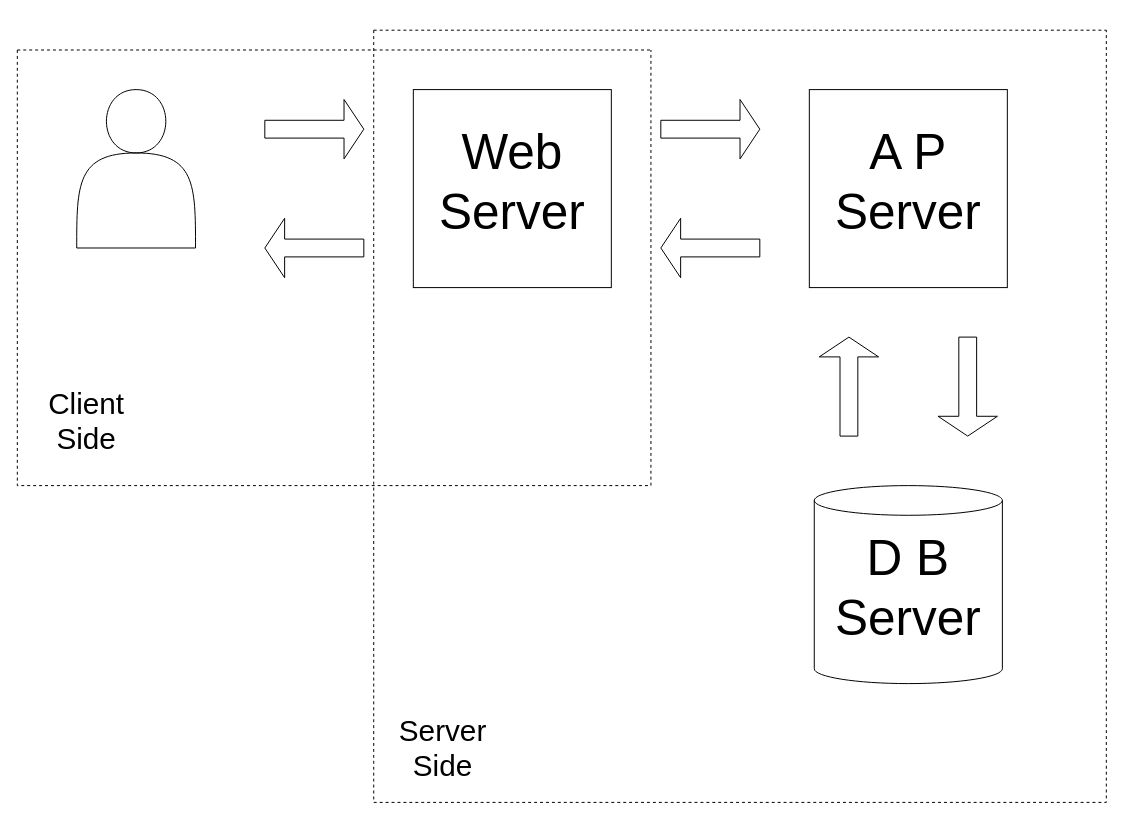
Earlier version of the draw.io diagram web.drawio (kei615ykhm/learning-record). Source tidied: cells renumbered, new cells numbered last; positions are measured from the earlier drawing's top-left corner, leaving out a move shared by most shapes. Both pictures are drawn from the tidied source at 99%, with x=0, y=0 at pixel (17, 30).
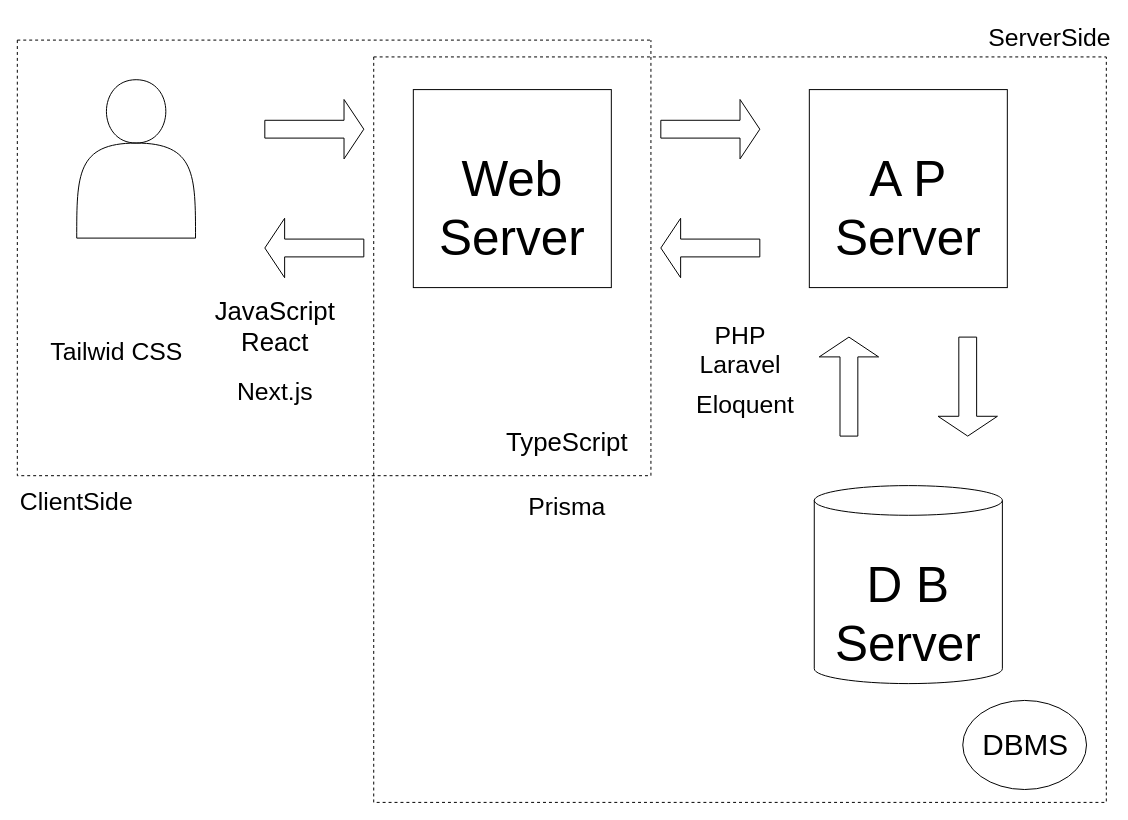
Above is the later version.

Commit message:
技術の相関図を追加

Change to the diagram source:
```diff
@@
     <mxCell id="5" style="swimlane;startSize=0;dashed=1;" parent="1" vertex="1">
-      <mxGeometry y="20" width="640" height="440" as="geometry" />
+      <mxGeometry y="10" width="640" height="440" as="geometry" />
     </mxCell>
@@
-    <mxCell id="7" value="Client Side" style="text;html=1;strokeColor=none;fillColor=none;align=center;verticalAlign=middle;whiteSpace=wrap;rounded=0;fontSize=30;" parent="5" vertex="1">
-      <mxGeometry x="40" y="360" width="60" height="30" as="geometry" />
-    </mxCell>
+    <mxCell id="19" value="&lt;span style=&quot;font-size: 26px;&quot;&gt;JavaScript&lt;/span&gt;&lt;br style=&quot;font-size: 26px;&quot;&gt;&lt;span style=&quot;font-size: 26px;&quot;&gt;React&lt;/span&gt;" style="text;html=1;align=center;verticalAlign=middle;strokeColor=none;fillColor=none;fontSize=25;" parent="5" vertex="1">
+      <mxGeometry x="190" y="250" width="140" height="80" as="geometry" />
+    </mxCell>
+    <mxCell id="20" value="Next.js" style="text;html=1;align=center;verticalAlign=middle;strokeColor=none;fillColor=none;fontSize=25;" parent="5" vertex="1">
+      <mxGeometry x="210" y="334" width="100" height="40" as="geometry" />
+    </mxCell>
+    <mxCell id="21" value="Tailwid CSS" style="text;html=1;align=center;verticalAlign=middle;strokeColor=none;fillColor=none;fontSize=25;" parent="5" vertex="1">
+      <mxGeometry x="20" y="294" width="160" height="40" as="geometry" />
+    </mxCell>
     <mxCell id="8" style="swimlane;startSize=0;dashed=1;" parent="1" vertex="1">
-      <mxGeometry x="360" width="740" height="780" as="geometry" />
+      <mxGeometry x="360" y="27" width="740" height="753" as="geometry" />
     </mxCell>
@@
-    <mxCell id="12" value="Server Side" style="text;html=1;strokeColor=none;fillColor=none;align=center;verticalAlign=middle;whiteSpace=wrap;rounded=0;fontSize=30;" parent="8" vertex="1">
-      <mxGeometry x="40" y="710" width="60" height="30" as="geometry" />
-    </mxCell>
+    <mxCell id="22" style="ellipse;whiteSpace=wrap;html=1;fontSize=30;" parent="8" vertex="1">
+      <mxGeometry x="595" y="650" width="125" height="90" as="geometry" />
+    </mxCell>
+    <mxCell id="23" value="DBMS" style="text;html=1;align=center;verticalAlign=middle;strokeColor=none;fillColor=none;fontSize=30;" parent="8" vertex="1">
+      <mxGeometry x="602.5" y="670" width="110" height="50" as="geometry" />
+    </mxCell>
+    <mxCell id="24" value="TypeScript" style="text;html=1;align=center;verticalAlign=middle;strokeColor=none;fillColor=none;fontSize=26;" parent="8" vertex="1">
+      <mxGeometry x="120" y="370" width="150" height="40" as="geometry" />
+    </mxCell>
+    <mxCell id="25" value="PHP&lt;br&gt;Laravel" style="text;html=1;align=center;verticalAlign=middle;strokeColor=none;fillColor=none;fontSize=25;" parent="8" vertex="1">
+      <mxGeometry x="315" y="260" width="110" height="70" as="geometry" />
+    </mxCell>
+    <mxCell id="26" value="Eloquent" style="text;html=1;align=center;verticalAlign=middle;strokeColor=none;fillColor=none;fontSize=25;" parent="8" vertex="1">
+      <mxGeometry x="315" y="330" width="120" height="40" as="geometry" />
+    </mxCell>
+    <mxCell id="27" value="Prisma" style="text;html=1;align=center;verticalAlign=middle;strokeColor=none;fillColor=none;fontSize=25;" parent="8" vertex="1">
+      <mxGeometry x="145" y="433" width="100" height="40" as="geometry" />
+    </mxCell>
@@
+    <mxCell id="12" value="&lt;font style=&quot;font-size: 25px;&quot;&gt;ServerSide&lt;/font&gt;" style="text;html=1;strokeColor=none;fillColor=none;align=center;verticalAlign=middle;whiteSpace=wrap;rounded=0;fontSize=30;" parent="1" vertex="1">
+      <mxGeometry x="1012.5" y="-10" width="60" height="30" as="geometry" />
+    </mxCell>
+    <mxCell id="7" value="ClientSide" style="text;html=1;strokeColor=none;fillColor=none;align=center;verticalAlign=middle;whiteSpace=wrap;rounded=0;fontSize=25;fontStyle=0;labelBorderColor=none;" parent="1" vertex="1">
+      <mxGeometry x="30" y="460" width="60" height="30" as="geometry" />
+    </mxCell>
```
